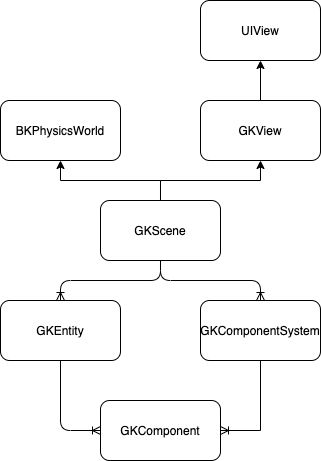
Earlier version of the draw.io export gluekit-architecture-diagram.png (shawnkoh/STRESS). Source tidied: cells renumbered, new cells last; positions are measured from the earlier drawing's top-left corner, leaving out a move shared by most shapes. Its diagram source:
```xml
<mxGraphModel>
  <root>
    <mxCell id="0" />
    <mxCell id="1" parent="0" />
    <mxCell id="2" value="GKEntity" style="rounded=1;whiteSpace=wrap;html=1;" parent="1" vertex="1">
      <mxGeometry y="300" width="120" height="60" as="geometry" />
    </mxCell>
    <mxCell id="3" style="fontSize=12;html=1;endArrow=ERoneToMany;strokeColor=#000000;entryX=0.5;entryY=0;entryDx=0;entryDy=0;exitX=0.5;exitY=1;exitDx=0;exitDy=0;edgeStyle=orthogonalEdgeStyle;" parent="1" edge="1" source="8" target="2">
      <mxGeometry relative="1" as="geometry" />
    </mxCell>
    <mxCell id="4" value="GKComponent" style="rounded=1;whiteSpace=wrap;html=1;" parent="1" vertex="1">
      <mxGeometry x="100" y="400" width="120" height="60" as="geometry" />
    </mxCell>
    <mxCell id="5" style="fontSize=12;html=1;endArrow=ERoneToMany;strokeColor=#000000;entryX=0;entryY=0.5;entryDx=0;entryDy=0;exitX=0.5;exitY=1;exitDx=0;exitDy=0;edgeStyle=orthogonalEdgeStyle;" parent="1" edge="1" source="2" target="4">
      <mxGeometry relative="1" as="geometry" />
    </mxCell>
    <mxCell id="6" value="UIView" style="rounded=1;whiteSpace=wrap;html=1;fontStyle=0;" parent="1" vertex="1">
      <mxGeometry x="200" width="120" height="60" as="geometry" />
    </mxCell>
    <mxCell id="7" style="edgeStyle=orthogonalEdgeStyle;rounded=0;jettySize=auto;html=1;entryX=0.5;entryY=1;entryDx=0;entryDy=0;strokeColor=#000000;" parent="1" edge="1" source="8" target="12">
      <mxGeometry relative="1" as="geometry" />
    </mxCell>
    <mxCell id="8" value="GKScene" style="rounded=1;whiteSpace=wrap;html=1;" parent="1" vertex="1">
      <mxGeometry x="100" y="200" width="120" height="60" as="geometry" />
    </mxCell>
    <mxCell id="9" value="BKPhysicsWorld" style="rounded=1;whiteSpace=wrap;html=1;fontStyle=0;" parent="1" vertex="1">
      <mxGeometry y="100" width="120" height="60" as="geometry" />
    </mxCell>
    <mxCell id="10" style="edgeStyle=orthogonalEdgeStyle;rounded=0;jettySize=auto;html=1;entryX=0.5;entryY=1;entryDx=0;entryDy=0;" parent="1" edge="1" source="8" target="9">
      <mxGeometry relative="1" as="geometry" />
    </mxCell>
    <mxCell id="11" style="edgeStyle=orthogonalEdgeStyle;rounded=0;jettySize=auto;html=1;entryX=0.5;entryY=1;entryDx=0;entryDy=0;endArrow=classic;endFill=1;strokeColor=#000000;" parent="1" edge="1" source="12" target="6">
      <mxGeometry relative="1" as="geometry" />
    </mxCell>
    <mxCell id="12" value="GKView" style="rounded=1;whiteSpace=wrap;html=1;" parent="1" vertex="1">
      <mxGeometry x="200" y="100" width="120" height="60" as="geometry" />
    </mxCell>
    <mxCell id="13" style="edgeStyle=orthogonalEdgeStyle;rounded=0;jettySize=auto;html=1;entryX=1;entryY=0.5;entryDx=0;entryDy=0;endArrow=ERoneToMany;endFill=0;strokeColor=#000000;exitX=0.5;exitY=1;exitDx=0;exitDy=0;" parent="1" edge="1" source="14" target="4">
      <mxGeometry relative="1" as="geometry" />
    </mxCell>
    <mxCell id="14" value="GKComponentSystem" style="rounded=1;whiteSpace=wrap;html=1;" parent="1" vertex="1">
      <mxGeometry x="200" y="300" width="120" height="60" as="geometry" />
    </mxCell>
    <mxCell id="15" style="fontSize=12;html=1;endArrow=ERoneToMany;strokeColor=#000000;entryX=0.5;entryY=0;entryDx=0;entryDy=0;exitX=0.5;exitY=1;exitDx=0;exitDy=0;edgeStyle=orthogonalEdgeStyle;" parent="1" edge="1" source="8" target="14">
      <mxGeometry relative="1" as="geometry" />
    </mxCell>
  </root>
</mxGraphModel>
```
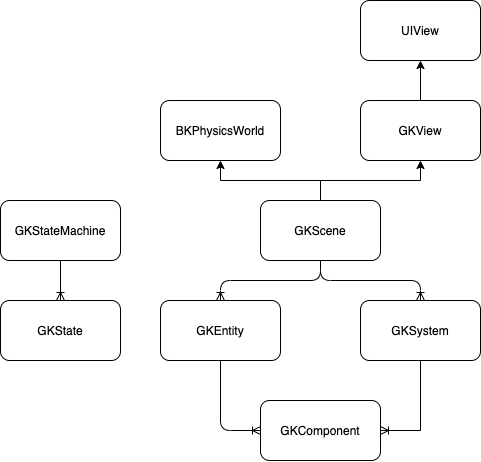
After the change.

The edit, as a diff of the source:
```diff
@@ -38,11 +38,20 @@
     <mxCell id="13" style="edgeStyle=orthogonalEdgeStyle;rounded=0;jettySize=auto;html=1;entryX=1;entryY=0.5;entryDx=0;entryDy=0;endArrow=ERoneToMany;endFill=0;strokeColor=#000000;exitX=0.5;exitY=1;exitDx=0;exitDy=0;" parent="1" edge="1" source="14" target="4">
       <mxGeometry relative="1" as="geometry" />
     </mxCell>
-    <mxCell id="14" value="GKComponentSystem" style="rounded=1;whiteSpace=wrap;html=1;" parent="1" vertex="1">
+    <mxCell id="14" value="GKSystem" style="rounded=1;whiteSpace=wrap;html=1;" parent="1" vertex="1">
       <mxGeometry x="200" y="300" width="120" height="60" as="geometry" />
     </mxCell>
     <mxCell id="15" style="fontSize=12;html=1;endArrow=ERoneToMany;strokeColor=#000000;entryX=0.5;entryY=0;entryDx=0;entryDy=0;exitX=0.5;exitY=1;exitDx=0;exitDy=0;edgeStyle=orthogonalEdgeStyle;" parent="1" edge="1" source="8" target="14">
       <mxGeometry relative="1" as="geometry" />
     </mxCell>
+    <mxCell id="16" value="GKStateMachine" style="rounded=1;whiteSpace=wrap;html=1;" parent="1" vertex="1">
+      <mxGeometry x="-160" y="200" width="120" height="60" as="geometry" />
+    </mxCell>
+    <mxCell id="17" value="GKState" style="rounded=1;whiteSpace=wrap;html=1;" parent="1" vertex="1">
+      <mxGeometry x="-160" y="300" width="120" height="60" as="geometry" />
+    </mxCell>
+    <mxCell id="18" style="fontSize=12;html=1;endArrow=ERoneToMany;strokeColor=#000000;entryX=0.5;entryY=0;entryDx=0;entryDy=0;exitX=0.5;exitY=1;exitDx=0;exitDy=0;edgeStyle=orthogonalEdgeStyle;" parent="1" edge="1" source="16" target="17">
+      <mxGeometry relative="1" as="geometry" />
+    </mxCell>
   </root>
 </mxGraphModel>
```
